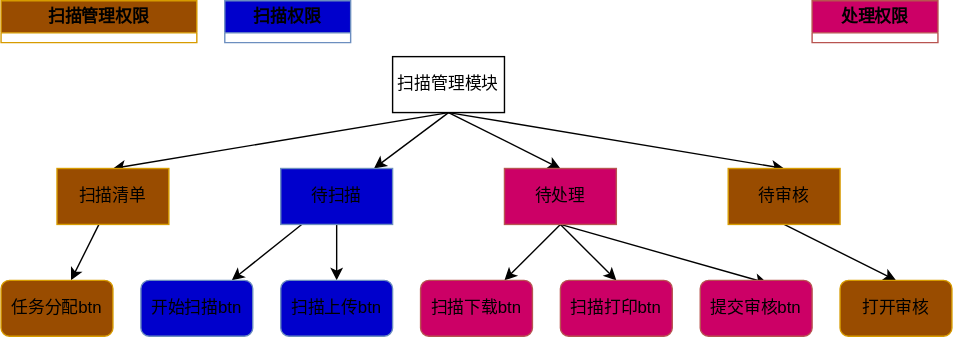
zjxystudent/note keeps this draw.io diagram as test.drawio.svg. Above is the earlier version. Source tidied: cells renumbered, new cells last; positions are measured from the earlier drawing's top-left corner, leaving out a move shared by most shapes.
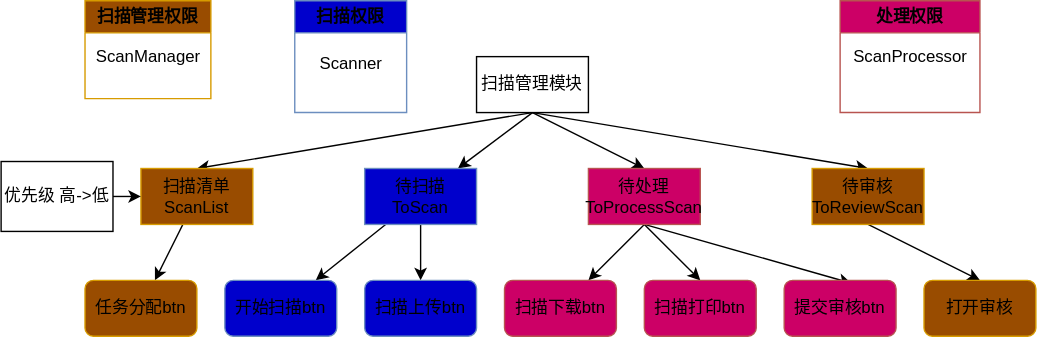
The same file after the commit.

What changed in the source:
```diff
@@ -23,7 +23,7 @@
     <mxCell id="8" style="edgeStyle=none;html=1;exitX=0.5;exitY=1;exitDx=0;exitDy=0;entryX=0.5;entryY=0;entryDx=0;entryDy=0;" parent="1" edge="1" source="9" target="22">
       <mxGeometry relative="1" as="geometry" />
     </mxCell>
-    <mxCell id="9" value="待扫描" style="rounded=0;whiteSpace=wrap;html=1;fillColor=#0000CC;strokeColor=#6c8ebf;" parent="1" vertex="1">
+    <mxCell id="9" value="待扫描&lt;br&gt;ToScan" style="rounded=0;whiteSpace=wrap;html=1;fillColor=#0000CC;strokeColor=#6c8ebf;" parent="1" vertex="1">
       <mxGeometry x="200" y="120" width="80" height="40" as="geometry" />
     </mxCell>
     <mxCell id="10" style="edgeStyle=none;html=1;exitX=0.5;exitY=1;exitDx=0;exitDy=0;" parent="1" edge="1" source="13" target="23">
@@ -35,33 +35,39 @@
     <mxCell id="12" style="edgeStyle=none;html=1;exitX=0.5;exitY=1;exitDx=0;exitDy=0;entryX=0.6;entryY=0.05;entryDx=0;entryDy=0;entryPerimeter=0;" parent="1" edge="1" source="13" target="25">
       <mxGeometry relative="1" as="geometry" />
     </mxCell>
-    <mxCell id="13" value="待处理" style="rounded=0;whiteSpace=wrap;html=1;fillColor=#CC0066;strokeColor=#b85450;" parent="1" vertex="1">
+    <mxCell id="13" value="待处理&lt;br&gt;ToProcessScan" style="rounded=0;whiteSpace=wrap;html=1;fillColor=#CC0066;strokeColor=#b85450;" parent="1" vertex="1">
       <mxGeometry x="360" y="120" width="80" height="40" as="geometry" />
     </mxCell>
     <mxCell id="14" style="edgeStyle=none;html=1;exitX=0.5;exitY=1;exitDx=0;exitDy=0;entryX=0.5;entryY=0;entryDx=0;entryDy=0;" parent="1" edge="1" source="15" target="27">
       <mxGeometry relative="1" as="geometry" />
     </mxCell>
-    <mxCell id="15" value="待审核" style="rounded=0;whiteSpace=wrap;html=1;fillColor=#994C00;strokeColor=#d79b00;" parent="1" vertex="1">
+    <mxCell id="15" value="待审核&lt;br&gt;ToReviewScan" style="rounded=0;whiteSpace=wrap;html=1;fillColor=#994C00;strokeColor=#d79b00;" parent="1" vertex="1">
       <mxGeometry x="520" y="120" width="80" height="40" as="geometry" />
     </mxCell>
     <mxCell id="16" style="edgeStyle=none;html=1;" parent="1" edge="1" source="17" target="19">
       <mxGeometry relative="1" as="geometry" />
     </mxCell>
-    <mxCell id="17" value="扫描清单" style="rounded=0;whiteSpace=wrap;html=1;fillColor=#994C00;strokeColor=#d79b00;" parent="1" vertex="1">
+    <mxCell id="17" value="扫描清单&lt;br&gt;ScanList" style="rounded=0;whiteSpace=wrap;html=1;fillColor=#994C00;strokeColor=#d79b00;" parent="1" vertex="1">
       <mxGeometry x="40" y="120" width="80" height="40" as="geometry" />
     </mxCell>
-    <mxCell id="18" value="扫描管理权限" style="swimlane;whiteSpace=wrap;html=1;fillColor=#994C00;strokeColor=#d79b00;" parent="1" vertex="1" collapsed="1">
-      <mxGeometry width="140" height="30" as="geometry" />
+    <mxCell id="18" value="扫描管理权限" style="swimlane;whiteSpace=wrap;html=1;fillColor=#994C00;strokeColor=#d79b00;" parent="1" vertex="1">
+      <mxGeometry width="90" height="70" as="geometry" />
     </mxCell>
+    <mxCell id="28" value="ScanManager&lt;br&gt;" style="text;html=1;align=center;verticalAlign=middle;strokeColor=none;fillColor=none;" parent="18" vertex="1">
+      <mxGeometry x="-5" y="25" width="100" height="30" as="geometry" />
+    </mxCell>
     <mxCell id="19" value="任务分配btn" style="rounded=1;whiteSpace=wrap;html=1;fillColor=#994C00;strokeColor=#d79b00;" parent="1" vertex="1">
       <mxGeometry y="200" width="80" height="40" as="geometry" />
     </mxCell>
     <mxCell id="20" value="开始扫描btn" style="rounded=1;whiteSpace=wrap;html=1;fillColor=#0000CC;strokeColor=#6c8ebf;" parent="1" vertex="1">
       <mxGeometry x="100" y="200" width="80" height="40" as="geometry" />
     </mxCell>
-    <mxCell id="21" value="扫描权限" style="swimlane;whiteSpace=wrap;html=1;fillColor=#0000CC;strokeColor=#6c8ebf;" parent="1" vertex="1" collapsed="1">
-      <mxGeometry x="160" width="90" height="30" as="geometry" />
+    <mxCell id="21" value="扫描权限" style="swimlane;whiteSpace=wrap;html=1;fillColor=#0000CC;strokeColor=#6c8ebf;" parent="1" vertex="1">
+      <mxGeometry x="150" width="80" height="80" as="geometry" />
     </mxCell>
+    <mxCell id="29" value="Scanner&lt;br&gt;" style="text;html=1;align=center;verticalAlign=middle;strokeColor=none;fillColor=none;" parent="21" vertex="1">
+      <mxGeometry x="5" y="30" width="70" height="30" as="geometry" />
+    </mxCell>
     <mxCell id="22" value="扫描上传btn" style="rounded=1;whiteSpace=wrap;html=1;fillColor=#0000CC;strokeColor=#6c8ebf;" parent="1" vertex="1">
       <mxGeometry x="200" y="200" width="80" height="40" as="geometry" />
     </mxCell>
@@ -74,11 +80,20 @@
     <mxCell id="25" value="提交审核btn" style="rounded=1;whiteSpace=wrap;html=1;fillColor=#CC0066;strokeColor=#b85450;" parent="1" vertex="1">
       <mxGeometry x="500" y="200" width="80" height="40" as="geometry" />
     </mxCell>
-    <mxCell id="26" value="处理权限" style="swimlane;whiteSpace=wrap;html=1;fillColor=#CC0066;strokeColor=#b85450;" parent="1" vertex="1" collapsed="1">
-      <mxGeometry x="580" width="90" height="30" as="geometry" />
+    <mxCell id="26" value="处理权限" style="swimlane;whiteSpace=wrap;html=1;fillColor=#CC0066;strokeColor=#b85450;" parent="1" vertex="1">
+      <mxGeometry x="540" width="100" height="80" as="geometry" />
     </mxCell>
+    <mxCell id="30" value="ScanProcessor&lt;br&gt;" style="text;html=1;align=center;verticalAlign=middle;strokeColor=none;fillColor=none;" parent="26" vertex="1">
+      <mxGeometry y="25" width="100" height="30" as="geometry" />
+    </mxCell>
     <mxCell id="27" value="打开审核" style="rounded=1;whiteSpace=wrap;html=1;fillColor=#994C00;strokeColor=#d79b00;" parent="1" vertex="1">
       <mxGeometry x="600" y="200" width="80" height="40" as="geometry" />
     </mxCell>
+    <mxCell id="31" style="edgeStyle=none;html=1;exitX=1;exitY=0.5;exitDx=0;exitDy=0;entryX=0;entryY=0.5;entryDx=0;entryDy=0;" parent="1" edge="1" source="32" target="17">
+      <mxGeometry relative="1" as="geometry" />
+    </mxCell>
+    <mxCell id="32" value="优先级 高-&amp;gt;低" style="whiteSpace=wrap;html=1;" parent="1" vertex="1">
+      <mxGeometry x="-60" y="115" width="80" height="50" as="geometry" />
+    </mxCell>
   </root>
 </mxGraphModel>
```
